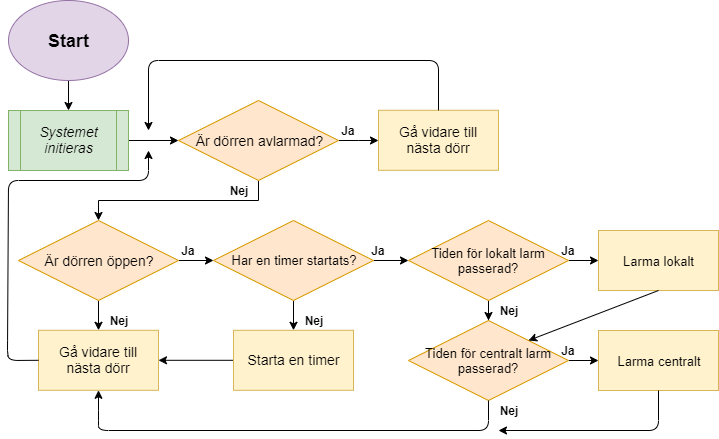
The draw.io diagram dokumentation/projektrapport/figurer/Flow-Chart.png in athornblom/DAT290-Larmsystem, before a commit. Source tidied: cells renumbered, new cells last; positions are measured from the earlier drawing's top-left corner, leaving out a move shared by most shapes.
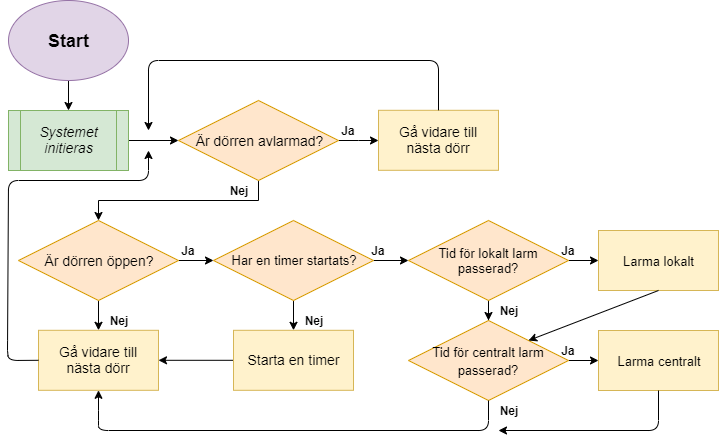
The same file after the commit.

The edit, as a diff of the source:
```diff
@@ -59,7 +59,7 @@
     <mxCell id="20" style="edgeStyle=orthogonalEdgeStyle;rounded=0;jettySize=auto;html=1;fontSize=13;" parent="1" edge="1" source="21" target="33">
       <mxGeometry relative="1" as="geometry" />
     </mxCell>
-    <mxCell id="21" value="&lt;h3 style=&quot;font-size: 13px&quot;&gt;&lt;font style=&quot;font-weight: normal ; font-size: 13px&quot;&gt;Tiden för lokalt larm passerad?&lt;/font&gt;&lt;/h3&gt;" style="rhombus;whiteSpace=wrap;html=1;fillColor=#FFE6CC;strokeColor=#d79b00;fontSize=13;" parent="1" vertex="1">
+    <mxCell id="21" value="&lt;h3 style=&quot;font-size: 13px&quot;&gt;&lt;font style=&quot;font-weight: normal ; font-size: 13px&quot;&gt;Tid för lokalt larm passerad?&lt;/font&gt;&lt;/h3&gt;" style="rhombus;whiteSpace=wrap;html=1;fillColor=#FFE6CC;strokeColor=#d79b00;fontSize=13;" parent="1" vertex="1">
       <mxGeometry x="401" y="220" width="160" height="80" as="geometry" />
     </mxCell>
     <mxCell id="22" value="Ja" style="text;html=1;strokeColor=none;fillColor=none;align=center;verticalAlign=middle;whiteSpace=wrap;rounded=0;fontStyle=1;" parent="1" vertex="1">
@@ -109,7 +109,7 @@
     <mxCell id="32" style="edgeStyle=orthogonalEdgeStyle;rounded=0;jettySize=auto;html=1;fontSize=13;" parent="1" edge="1" source="33" target="36">
       <mxGeometry relative="1" as="geometry" />
     </mxCell>
-    <mxCell id="33" value="&lt;h3 style=&quot;font-size: 13px&quot;&gt;&lt;font style=&quot;font-weight: normal ; font-size: 13px&quot;&gt;Tiden för centralt larm passerad?&lt;/font&gt;&lt;/h3&gt;" style="rhombus;whiteSpace=wrap;html=1;fillColor=#FFE6CC;strokeColor=#d79b00;fontSize=13;" parent="1" vertex="1">
+    <mxCell id="33" value="&lt;h3&gt;&lt;font style=&quot;font-weight: normal ; font-size: 13px&quot;&gt;Tid för centralt larm passerad?&lt;/font&gt;&lt;/h3&gt;" style="rhombus;whiteSpace=wrap;html=1;fillColor=#FFE6CC;strokeColor=#d79b00;fontSize=13;align=center;" parent="1" vertex="1">
       <mxGeometry x="401" y="320" width="160" height="80" as="geometry" />
     </mxCell>
     <mxCell id="34" value="Nej" style="text;html=1;strokeColor=none;fillColor=none;align=center;verticalAlign=middle;whiteSpace=wrap;rounded=0;fontStyle=1;" parent="1" vertex="1">
```
